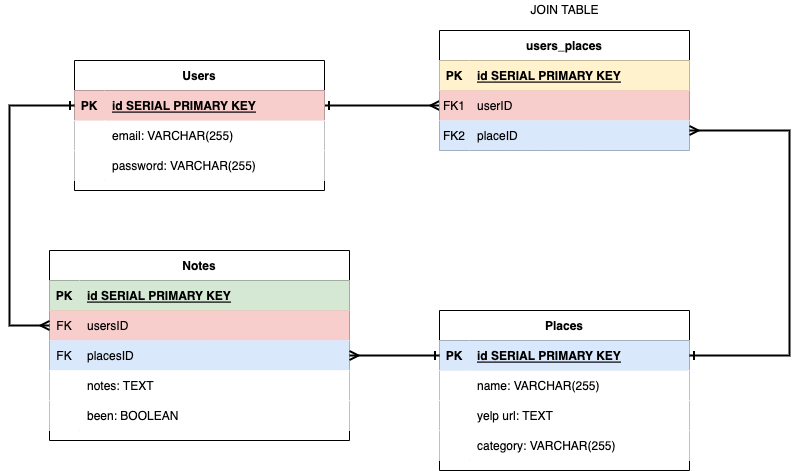
taekim90/the-travel-buddy keeps this draw.io diagram as The-Travel-Buddy.drawio.png. Above is the earlier version. Source tidied: cells renumbered, new cells last; positions are measured from the earlier drawing's top-left corner, leaving out a move shared by most shapes.
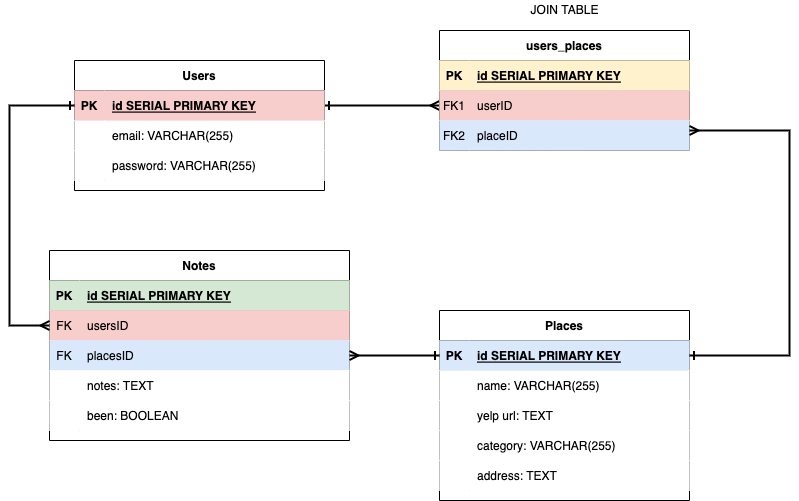
The same diagram one commit later.

Change to the diagram source:
```diff
@@ -114,7 +114,7 @@
       <mxGeometry x="30" width="270" height="30" as="geometry" />
     </mxCell>
     <mxCell id="39" value="Places" style="shape=table;startSize=30;rowLines=0;fontStyle=1;align=center;" parent="1" vertex="1">
-      <mxGeometry x="430" y="310" width="250" height="160" as="geometry" />
+      <mxGeometry x="430" y="310" width="250" height="190" as="geometry" />
     </mxCell>
     <mxCell id="40" style="shape=partialRectangle;fillColor=#dae8fc;points=[[0,0.5],[1,0.5]];portConstraint=eastwest;top=0;left=0;right=0;bottom=1;strokeColor=#6c8ebf;" parent="39" vertex="1">
       <mxGeometry y="30" width="250" height="30" as="geometry" />
@@ -152,6 +152,15 @@
     <mxCell id="51" value="category: VARCHAR(255)" style="shape=partialRectangle;top=0;left=0;bottom=0;right=0;align=left;spacingLeft=6;overflow=hidden;" parent="49" vertex="1">
       <mxGeometry x="30" width="220" height="30" as="geometry" />
     </mxCell>
+    <mxCell id="56" style="shape=tableRow;horizontal=0;startSize=0;swimlaneHead=0;swimlaneBody=0;top=0;left=0;right=0;bottom=0;" parent="39" vertex="1">
+      <mxGeometry y="150" width="250" height="30" as="geometry" />
+    </mxCell>
+    <mxCell id="57" style="shape=partialRectangle;top=0;left=0;bottom=0;right=0;overflow=hidden;" parent="56" vertex="1">
+      <mxGeometry width="30" height="30" as="geometry" />
+    </mxCell>
+    <mxCell id="58" value="address: TEXT" style="shape=partialRectangle;top=0;left=0;bottom=0;right=0;align=left;spacingLeft=6;overflow=hidden;" parent="56" vertex="1">
+      <mxGeometry x="30" width="220" height="30" as="geometry" />
+    </mxCell>
     <mxCell id="52" value="JOIN TABLE" style="text;html=1;align=center;verticalAlign=middle;strokeColor=none;fillColor=none;" parent="1" vertex="1">
       <mxGeometry x="515" width="80" height="20" as="geometry" />
     </mxCell>
```
